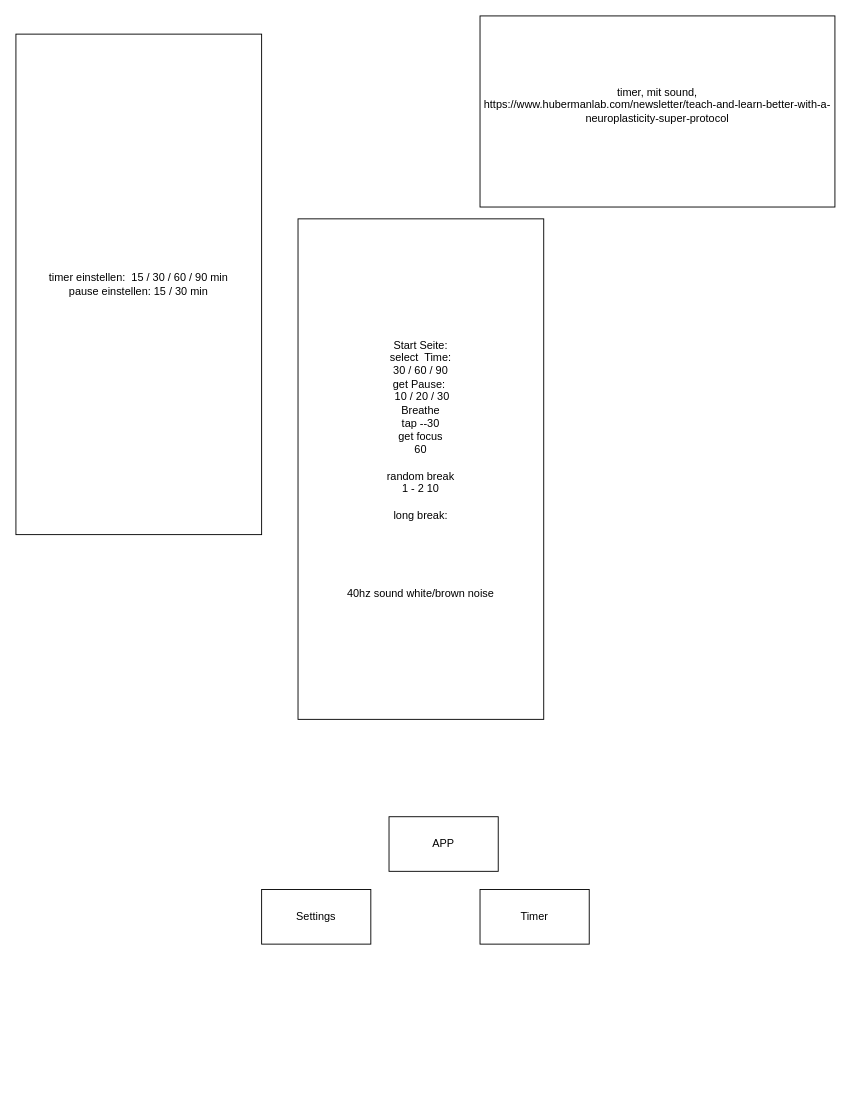
Before: glt.drawio in MBundel/glt-app, a draw.io diagram. Source tidied: cells renumbered, new cells numbered last; positions are measured from the earlier drawing's top-left corner, leaving out a move shared by most shapes. Both pictures are drawn from the tidied source at 91%, with x=0, y=0 at pixel (15, 15).
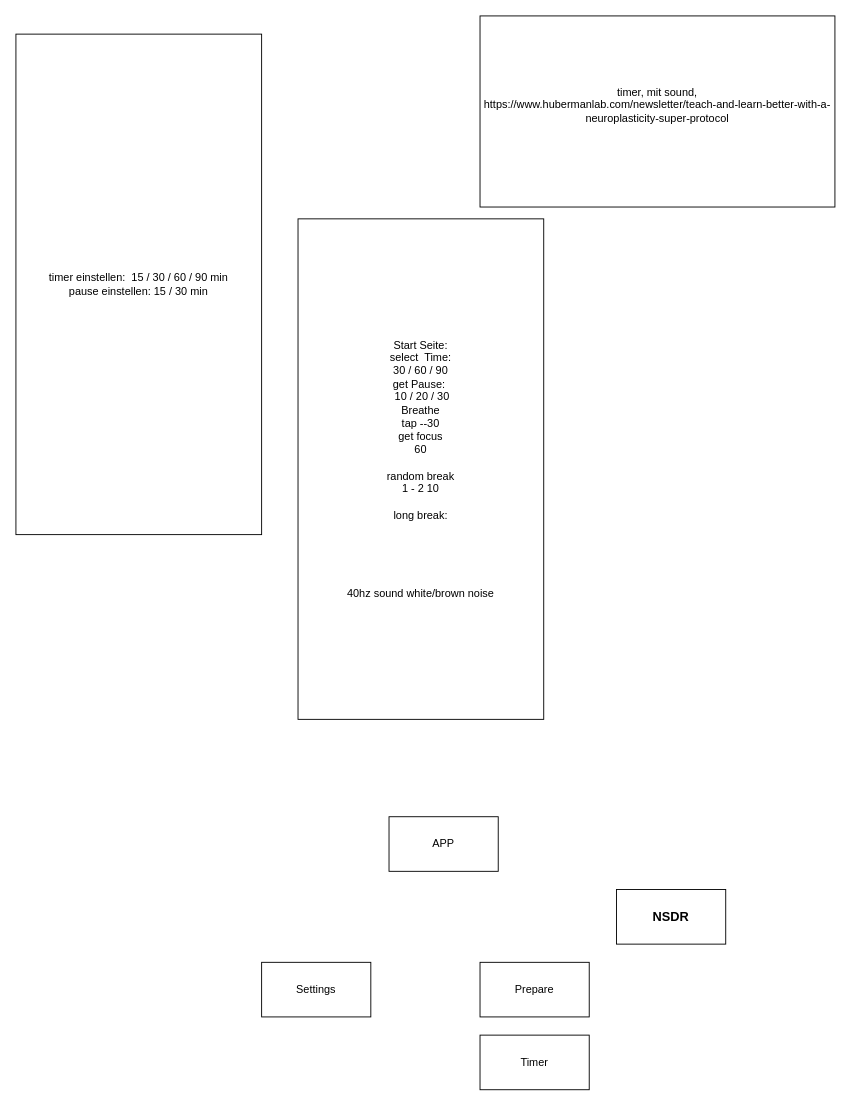
The same page after the edit.

Change to the diagram source:
```diff
@@
 <mxGraphModel>
   <root>
     <mxCell id="0" />
     <mxCell id="1" parent="0" />
     <mxCell id="2" value="&lt;div&gt;timer einstellen:&amp;nbsp; 15 / 30 / 60 / 90 min&lt;/div&gt;&lt;div&gt;pause einstellen: 15 / 30 min&lt;br&gt;&lt;/div&gt;" style="rounded=0;whiteSpace=wrap;html=1;" parent="1" vertex="1">
       <mxGeometry y="20" width="270" height="550" as="geometry" />
     </mxCell>
     <mxCell id="3" value="&lt;div&gt;timer, mit sound, &lt;br&gt;&lt;/div&gt;&lt;div&gt;https://www.hubermanlab.com/newsletter/teach-and-learn-better-with-a-neuroplasticity-super-protocol&lt;/div&gt;&lt;div&gt;&lt;br&gt;&lt;/div&gt;" style="rounded=0;whiteSpace=wrap;html=1;" parent="1" vertex="1">
       <mxGeometry x="510" width="390" height="210" as="geometry" />
     </mxCell>
     <mxCell id="4" value="&lt;div&gt;Start Seite:&lt;/div&gt;&lt;div&gt;select&amp;nbsp; Time:&lt;/div&gt;&lt;div&gt;30 / 60 / 90&lt;/div&gt;&lt;div&gt;get Pause:&amp;nbsp;&lt;/div&gt;&lt;div&gt;&amp;nbsp;10 / 20 / 30&lt;/div&gt;&lt;div&gt;Breathe &lt;br&gt;&lt;/div&gt;&lt;div&gt;tap --30&lt;/div&gt;&lt;div&gt;get focus&lt;/div&gt;&lt;div&gt;60 &lt;br&gt;&lt;/div&gt;&lt;div&gt;&lt;br&gt;&lt;/div&gt;&lt;div&gt;random break &lt;br&gt;&lt;/div&gt;&lt;div&gt;1 - 2 10&lt;/div&gt;&lt;div&gt;&lt;br&gt;&lt;/div&gt;&lt;div&gt;long break:&lt;/div&gt;&lt;div&gt;&lt;br&gt;&lt;/div&gt;&lt;div&gt;&lt;br&gt;&lt;/div&gt;&lt;div&gt;&lt;br&gt;&lt;/div&gt;&lt;div&gt;&lt;br&gt;&lt;/div&gt;&lt;div&gt;&lt;br&gt;&lt;/div&gt;&lt;div&gt;40hz sound white/brown noise&lt;br&gt;&lt;/div&gt;" style="rounded=0;whiteSpace=wrap;html=1;" parent="1" vertex="1">
       <mxGeometry x="310" y="223" width="270" height="550" as="geometry" />
     </mxCell>
     <mxCell id="5" value="APP" style="rounded=0;whiteSpace=wrap;html=1;" parent="1" vertex="1">
       <mxGeometry x="410" y="880" width="120" height="60" as="geometry" />
     </mxCell>
     <mxCell id="6" value="Timer" style="rounded=0;whiteSpace=wrap;html=1;" parent="1" vertex="1">
-      <mxGeometry x="510" y="960" width="120" height="60" as="geometry" />
+      <mxGeometry x="510" y="1120" width="120" height="60" as="geometry" />
     </mxCell>
     <mxCell id="7" value="Settings" style="rounded=0;whiteSpace=wrap;html=1;" parent="1" vertex="1">
-      <mxGeometry x="270" y="960" width="120" height="60" as="geometry" />
+      <mxGeometry x="270" y="1040" width="120" height="60" as="geometry" />
     </mxCell>
+    <mxCell id="8" value="&lt;h3&gt;&lt;strong&gt;NSDR&lt;/strong&gt;&lt;/h3&gt;" style="rounded=0;whiteSpace=wrap;html=1;" parent="1" vertex="1">
+      <mxGeometry x="660" y="960" width="120" height="60" as="geometry" />
+    </mxCell>
+    <mxCell id="9" value="Prepare" style="rounded=0;whiteSpace=wrap;html=1;" parent="1" vertex="1">
+      <mxGeometry x="510" y="1040" width="120" height="60" as="geometry" />
+    </mxCell>
   </root>
 </mxGraphModel>
```
